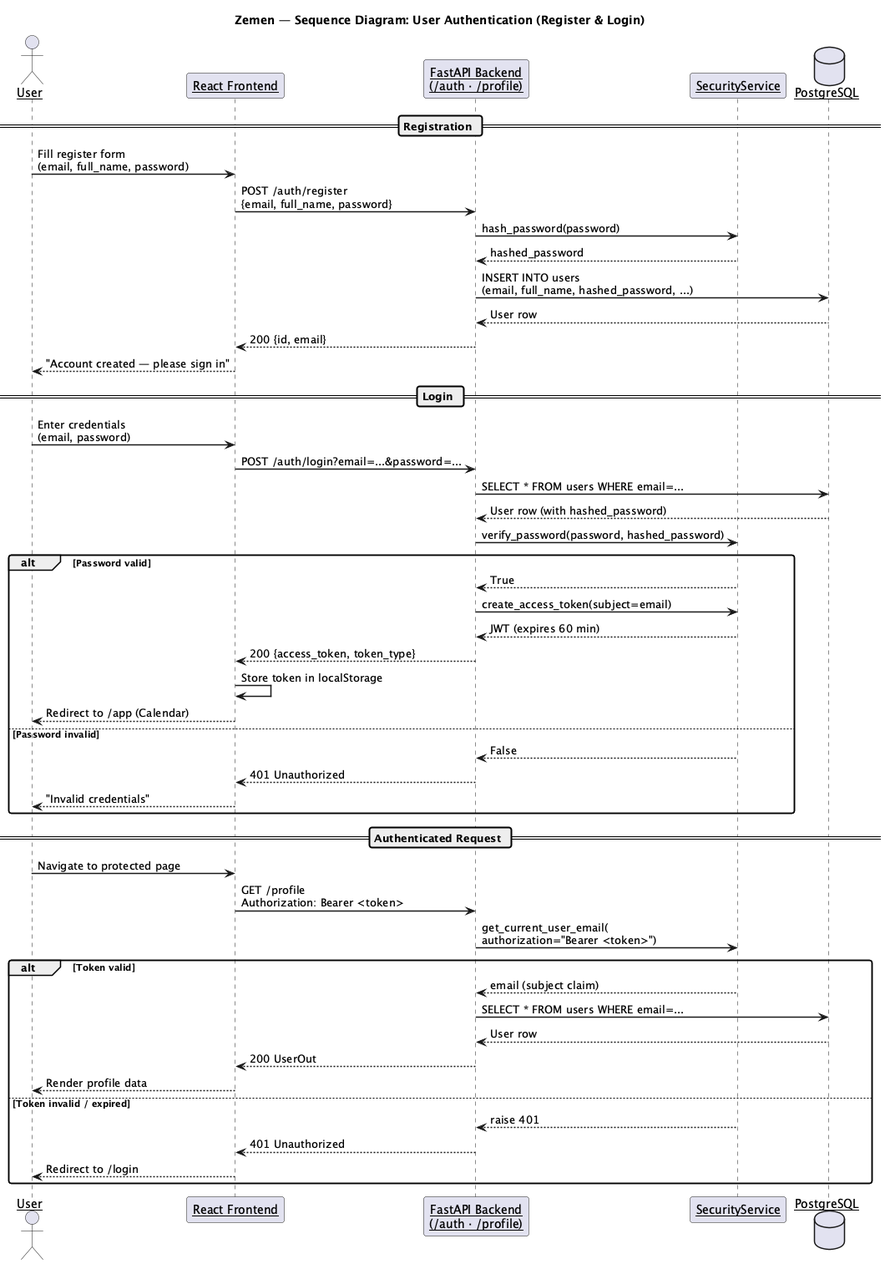
aklesiaberihu/Dual-Calendar- keeps this PlantUML diagram as UML diagrams/Sequence_Login.png. Above is the earlier version.
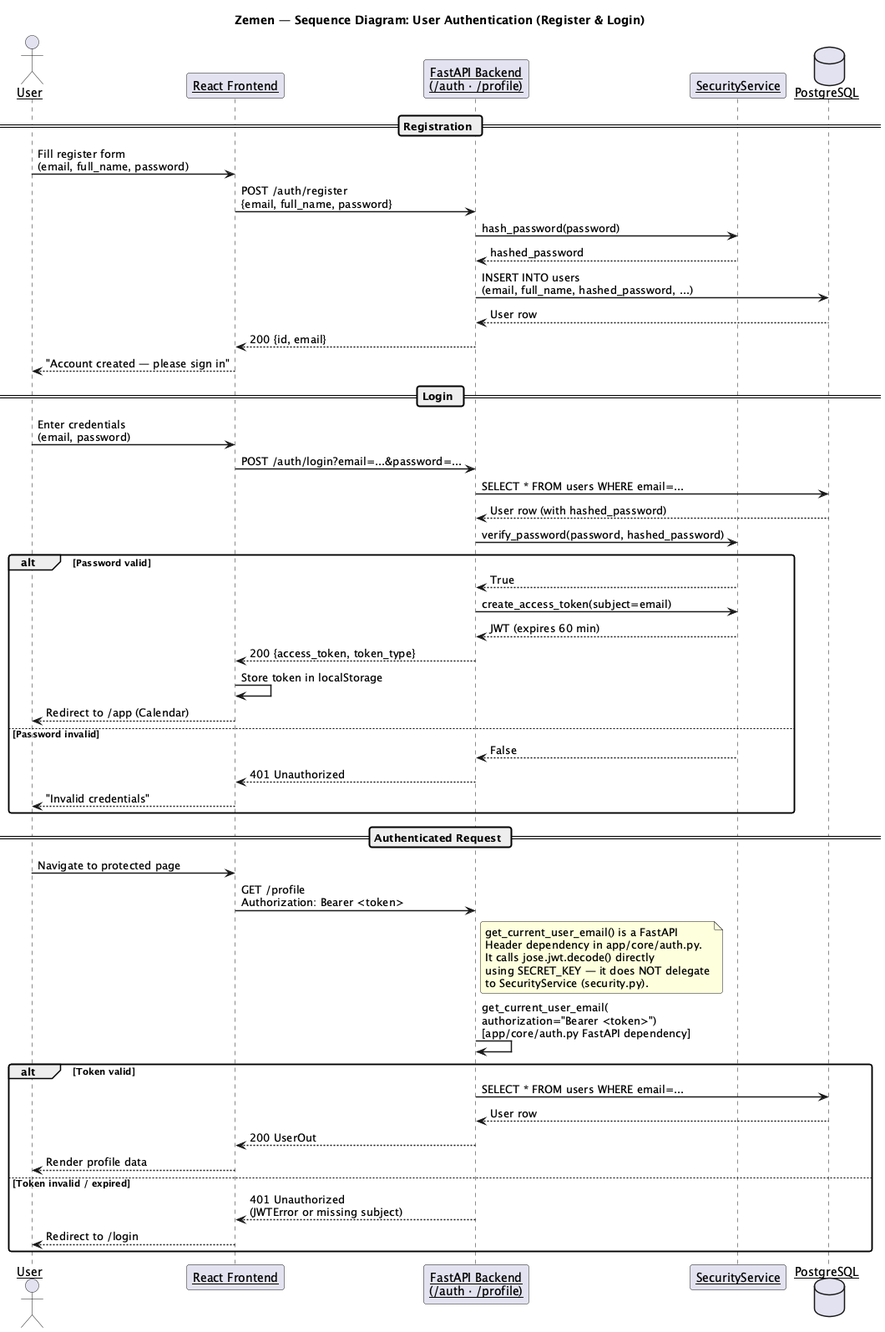
The same diagram one commit later.

What changed in the source:
```diff
@@ -47,16 +47,21 @@
 
 U -> FE : Navigate to protected page
 FE -> AUTH : GET /profile\nAuthorization: Bearer <token>
-AUTH -> SEC : get_current_user_email(\nauthorization="Bearer <token>")
+note right of AUTH
+  get_current_user_email() is a FastAPI
+  Header dependency in app/core/auth.py.
+  It calls jose.jwt.decode() directly
+  using SECRET_KEY — it does NOT delegate
+  to SecurityService (security.py).
+end note
+AUTH -> AUTH : get_current_user_email(\nauthorization="Bearer <token>")\n[app/core/auth.py FastAPI dependency]
 alt Token valid
-  SEC --> AUTH : email (subject claim)
   AUTH -> DB : SELECT * FROM users WHERE email=...
   DB --> AUTH : User row
   AUTH --> FE : 200 UserOut
   FE --> U : Render profile data
 else Token invalid / expired
-  SEC --> AUTH : raise 401
-  AUTH --> FE : 401 Unauthorized
+  AUTH --> FE : 401 Unauthorized\n(JWTError or missing subject)
   FE --> U : Redirect to /login
 end
 
```
